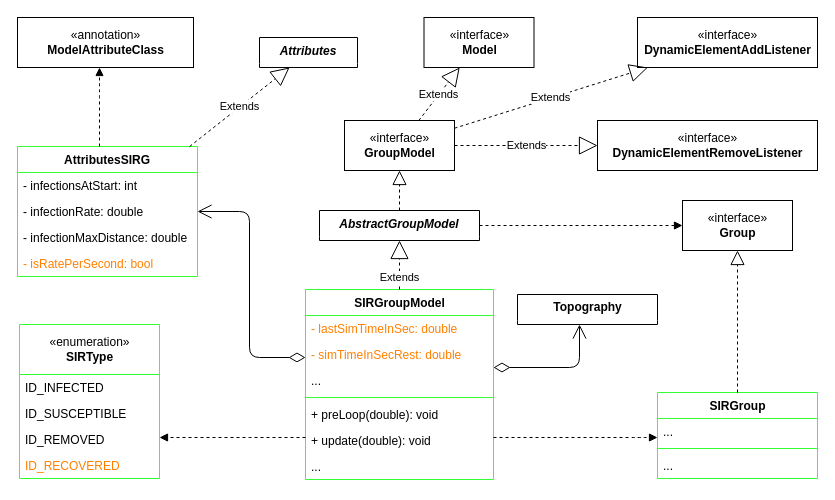
This is UML/sir_implementation_uml.drawio from sonmikrafft-uni-MLCMS/ex2, a draw.io file, before an edit. Source tidied: cells renumbered, new cells numbered last; positions are measured from the earlier drawing's top-left corner, leaving out a move shared by most shapes. Both pictures are drawn from the tidied source at 100%, with x=0, y=0 at pixel (17, 17).
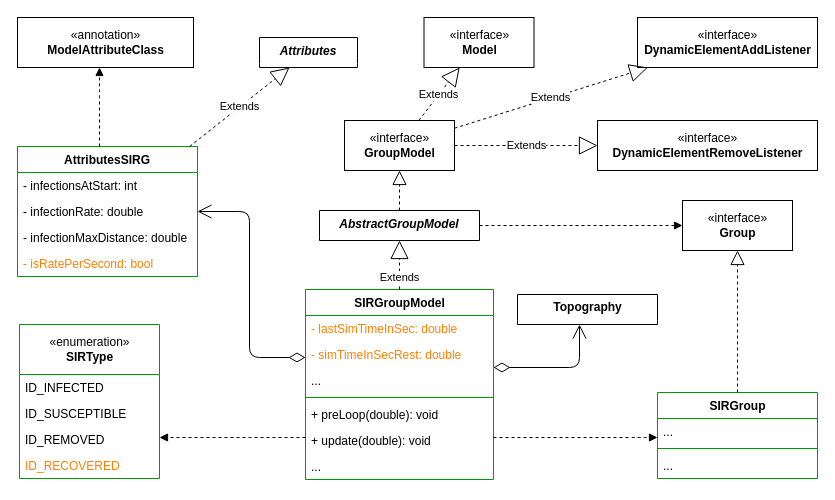
Above is the later version.

Commit message (it also covers changes not shown here):
Fixed colors for better appearance on white background + added .svg file

The edit, as a diff of the source:
```diff
@@
-    <mxCell id="3" value="AttributesSIRG" style="swimlane;fontStyle=1;align=center;verticalAlign=top;horizontal=1;startSize=26;swimlaneLine=1;strokeColor=#33FF33;" parent="1" vertex="1">
+    <mxCell id="3" value="AttributesSIRG" style="swimlane;fontStyle=1;align=center;verticalAlign=top;horizontal=1;startSize=26;swimlaneLine=1;strokeColor=#009900;" parent="1" vertex="1">
       <mxGeometry y="129" width="180" height="130" as="geometry" />
     </mxCell>
@@
-    <mxCell id="8" value="«enumeration»&lt;br&gt;&lt;b&gt;SIRType&lt;/b&gt;" style="swimlane;fontStyle=0;horizontal=1;startSize=50;fillColor=none;html=1;strokeColor=#33FF33;" parent="1" vertex="1">
+    <mxCell id="8" value="«enumeration»&lt;br&gt;&lt;b&gt;SIRType&lt;/b&gt;" style="swimlane;fontStyle=0;horizontal=1;startSize=50;fillColor=none;html=1;strokeColor=#009900;" parent="1" vertex="1">
       <mxGeometry x="2" y="307" width="140" height="154" as="geometry" />
     </mxCell>
@@
-    <mxCell id="14" value="SIRGroupModel" style="swimlane;fontStyle=1;align=center;verticalAlign=top;horizontal=1;startSize=26;html=1;strokeColor=#33FF33;" parent="1" vertex="1">
+    <mxCell id="14" value="SIRGroupModel" style="swimlane;fontStyle=1;align=center;verticalAlign=top;horizontal=1;startSize=26;html=1;strokeColor=#009900;" parent="1" vertex="1">
       <mxGeometry x="288" y="272" width="188" height="190" as="geometry" />
     </mxCell>
@@
-    <mxCell id="18" style="line;strokeWidth=1;align=left;verticalAlign=middle;spacingTop=-1;spacingLeft=3;spacingRight=3;labelPosition=right;strokeColor=#33FF33;" parent="14" vertex="1">
+    <mxCell id="18" style="line;strokeWidth=1;align=left;verticalAlign=middle;spacingTop=-1;spacingLeft=3;spacingRight=3;labelPosition=right;strokeColor=#009900;" parent="14" vertex="1">
       <mxGeometry y="104" width="188" height="8" as="geometry" />
     </mxCell>
@@
-    <mxCell id="22" value="SIRGroup" style="swimlane;fontStyle=1;align=center;verticalAlign=top;horizontal=1;startSize=26;html=1;strokeColor=#33FF33;" parent="1" vertex="1">
+    <mxCell id="22" value="SIRGroup" style="swimlane;fontStyle=1;align=center;verticalAlign=top;horizontal=1;startSize=26;html=1;strokeColor=#009900;" parent="1" vertex="1">
       <mxGeometry x="640" y="375" width="160" height="86" as="geometry" />
     </mxCell>
@@
-    <mxCell id="24" style="line;strokeWidth=1;fillColor=none;align=left;verticalAlign=middle;spacingTop=-1;spacingLeft=3;spacingRight=3;labelPosition=right;strokeColor=#33FF33;" parent="22" vertex="1">
+    <mxCell id="24" style="line;strokeWidth=1;fillColor=none;align=left;verticalAlign=middle;spacingTop=-1;spacingLeft=3;spacingRight=3;labelPosition=right;strokeColor=#009900;" parent="22" vertex="1">
       <mxGeometry y="52" width="160" height="8" as="geometry" />
     </mxCell>
```
